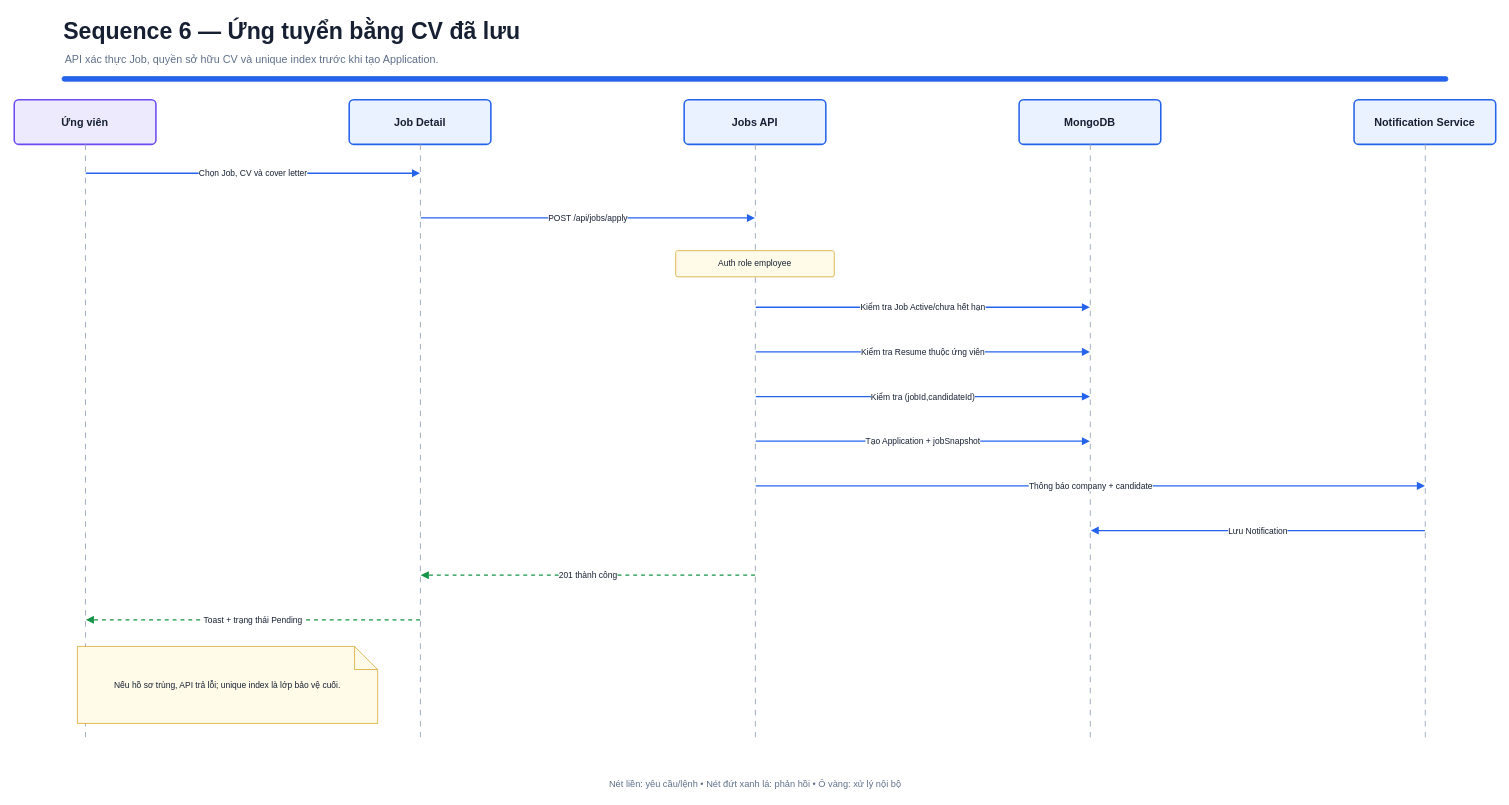
This is page "Sequence 6 — Ứng tuyển bằng CV đã tạo" (6 of 14) of bao-cao/uml-v2/RabbitCV-Sequence-Diagram-V2.drawio from vinhvt619/DA2, a draw.io file, before an edit. Source tidied: cells renumbered, new cells numbered last; positions are measured from the earlier drawing's top-left corner, leaving out a move shared by most shapes. Both pictures are drawn from the tidied source at 77%, with x=0, y=0 at pixel (14, 13).
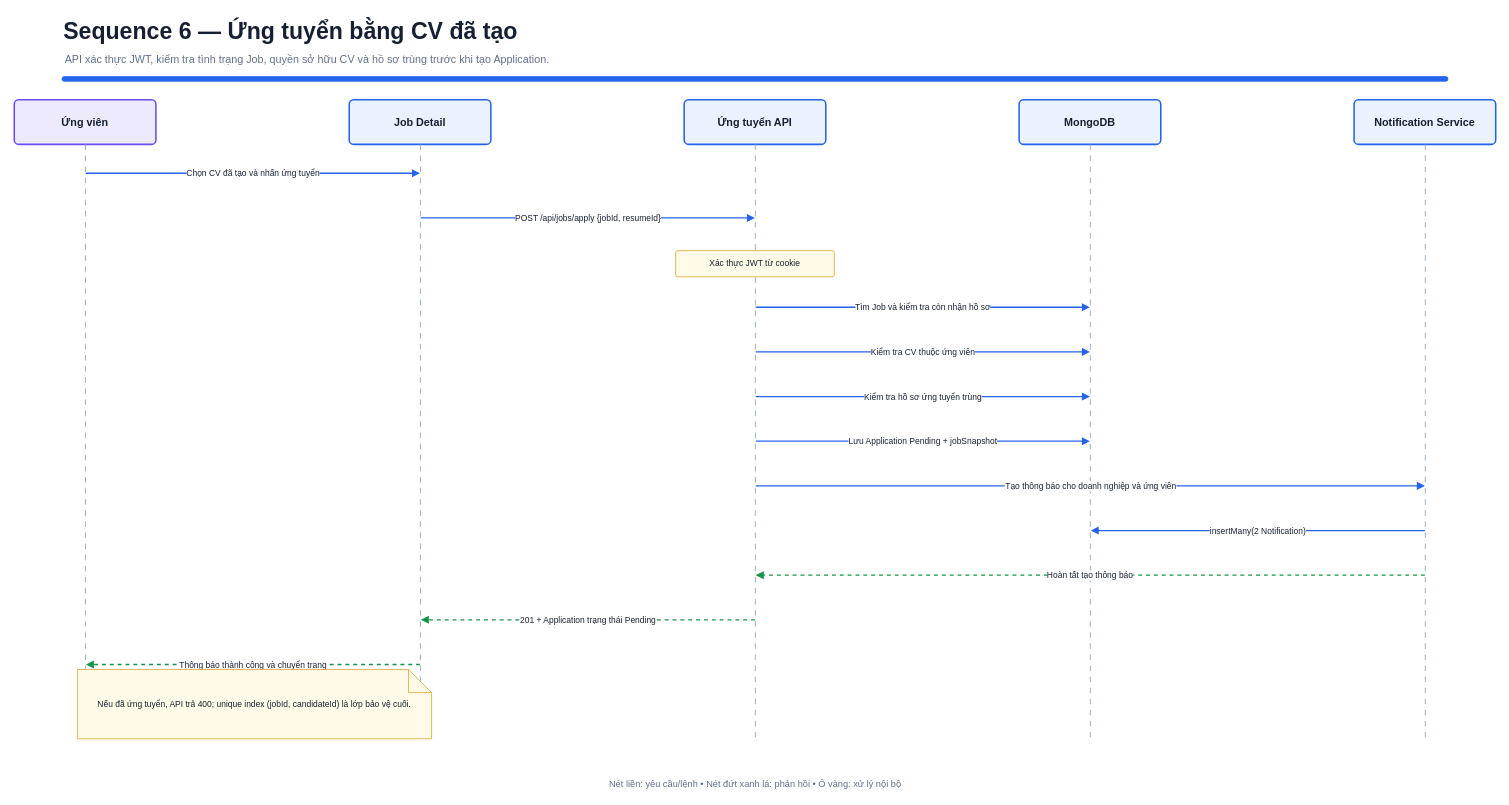
After the change.

The change refers to these unchanged cells:
```xml
<mxCell id="15" style="ellipse;fillColor=none;strokeColor=none;opacity=0;" parent="1" vertex="1">
  <mxGeometry x="92" y="207" width="1" height="1" as="geometry" />
</mxCell>
<mxCell id="16" style="ellipse;fillColor=none;strokeColor=none;opacity=0;" parent="1" vertex="1">
  <mxGeometry x="527" y="207" width="1" height="1" as="geometry" />
</mxCell>
<mxCell id="18" style="ellipse;fillColor=none;strokeColor=none;opacity=0;" parent="1" vertex="1">
  <mxGeometry x="527" y="265" width="1" height="1" as="geometry" />
</mxCell>
<mxCell id="19" style="ellipse;fillColor=none;strokeColor=none;opacity=0;" parent="1" vertex="1">
  <mxGeometry x="962" y="265" width="1" height="1" as="geometry" />
</mxCell>
<mxCell id="22" style="ellipse;fillColor=none;strokeColor=none;opacity=0;" parent="1" vertex="1">
  <mxGeometry x="962" y="381" width="1" height="1" as="geometry" />
</mxCell>
<mxCell id="23" style="ellipse;fillColor=none;strokeColor=none;opacity=0;" parent="1" vertex="1">
  <mxGeometry x="1397" y="381" width="1" height="1" as="geometry" />
</mxCell>
<mxCell id="25" style="ellipse;fillColor=none;strokeColor=none;opacity=0;" parent="1" vertex="1">
  <mxGeometry x="962" y="439" width="1" height="1" as="geometry" />
</mxCell>
<mxCell id="26" style="ellipse;fillColor=none;strokeColor=none;opacity=0;" parent="1" vertex="1">
  <mxGeometry x="1397" y="439" width="1" height="1" as="geometry" />
</mxCell>
<mxCell id="28" style="ellipse;fillColor=none;strokeColor=none;opacity=0;" parent="1" vertex="1">
  <mxGeometry x="962" y="497" width="1" height="1" as="geometry" />
</mxCell>
<mxCell id="29" style="ellipse;fillColor=none;strokeColor=none;opacity=0;" parent="1" vertex="1">
  <mxGeometry x="1397" y="497" width="1" height="1" as="geometry" />
</mxCell>
<mxCell id="31" style="ellipse;fillColor=none;strokeColor=none;opacity=0;" parent="1" vertex="1">
  <mxGeometry x="962" y="555" width="1" height="1" as="geometry" />
</mxCell>
<mxCell id="32" style="ellipse;fillColor=none;strokeColor=none;opacity=0;" parent="1" vertex="1">
  <mxGeometry x="1397" y="555" width="1" height="1" as="geometry" />
</mxCell>
<mxCell id="34" style="ellipse;fillColor=none;strokeColor=none;opacity=0;" parent="1" vertex="1">
  <mxGeometry x="962" y="613" width="1" height="1" as="geometry" />
</mxCell>
<mxCell id="35" style="ellipse;fillColor=none;strokeColor=none;opacity=0;" parent="1" vertex="1">
  <mxGeometry x="1832" y="613" width="1" height="1" as="geometry" />
</mxCell>
<mxCell id="37" style="ellipse;fillColor=none;strokeColor=none;opacity=0;" parent="1" vertex="1">
  <mxGeometry x="1832" y="671" width="1" height="1" as="geometry" />
</mxCell>
<mxCell id="38" style="ellipse;fillColor=none;strokeColor=none;opacity=0;" parent="1" vertex="1">
  <mxGeometry x="1397" y="671" width="1" height="1" as="geometry" />
</mxCell>
```

The edit, as a diff of the source:
```diff
@@
-    <mxCell id="2" value="Sequence 6 — Ứng tuyển bằng CV đã lưu" style="text;html=1;align=left;verticalAlign=middle;fontSize=30;fontStyle=1;fontColor=#172033;strokeColor=none;fillColor=none;" parent="1" vertex="1">
+    <mxCell id="2" value="Sequence 6 — Ứng tuyển bằng CV đã tạo" style="text;html=1;align=left;verticalAlign=middle;fontSize=30;fontStyle=1;fontColor=#172033;strokeColor=none;fillColor=none;" parent="1" vertex="1">
       <mxGeometry x="62" width="1660" height="46" as="geometry" />
     </mxCell>
-    <mxCell id="3" value="API xác thực Job, quyền sở hữu CV và unique index trước khi tạo Application." style="text;html=1;align=left;verticalAlign=middle;fontSize=14;fontColor=#60708A;strokeColor=none;fillColor=none;" parent="1" vertex="1">
+    <mxCell id="3" value="API xác thực JWT, kiểm tra tình trạng Job, quyền sở hữu CV và hồ sơ trùng trước khi tạo Application." style="text;html=1;align=left;verticalAlign=middle;fontSize=14;fontColor=#60708A;strokeColor=none;fillColor=none;" parent="1" vertex="1">
       <mxGeometry x="64" y="46" width="1740" height="28" as="geometry" />
     </mxCell>
@@
-    <mxCell id="9" value="Jobs API" style="rounded=1;arcSize=10;whiteSpace=wrap;html=1;fillColor=#EAF2FF;strokeColor=#2563EB;strokeWidth=2;fontSize=14;fontStyle=1;fontColor=#172033;" parent="1" vertex="1">
+    <mxCell id="9" value="Ứng tuyển API" style="rounded=1;arcSize=10;whiteSpace=wrap;html=1;fillColor=#EAF2FF;strokeColor=#2563EB;strokeWidth=2;fontSize=14;fontStyle=1;fontColor=#172033;" parent="1" vertex="1">
       <mxGeometry x="870" y="112" width="184" height="58" as="geometry" />
     </mxCell>
@@
-    <mxCell id="17" value="Chọn Job, CV và cover letter" style="edgeStyle=none;rounded=0;html=1;strokeColor=#2563EB;strokeWidth=1.7;endArrow=block;endFill=1;dashed=0;fontSize=11;fontColor=#172033;labelBackgroundColor=#FFFFFF;" parent="1" edge="1" source="15" target="16">
+    <mxCell id="17" value="Chọn CV đã tạo và nhấn ứng tuyển" style="edgeStyle=none;rounded=0;html=1;strokeColor=#2563EB;strokeWidth=1.7;endArrow=block;endFill=1;dashed=0;fontSize=11;fontColor=#172033;labelBackgroundColor=#FFFFFF;" parent="1" edge="1" source="15" target="16">
       <mxGeometry relative="1" as="geometry" />
     </mxCell>
@@
-    <mxCell id="20" value="POST /api/jobs/apply" style="edgeStyle=none;rounded=0;html=1;strokeColor=#2563EB;strokeWidth=1.7;endArrow=block;endFill=1;dashed=0;fontSize=11;fontColor=#172033;labelBackgroundColor=#FFFFFF;" parent="1" edge="1" source="18" target="19">
+    <mxCell id="20" value="POST /api/jobs/apply {jobId, resumeId}" style="edgeStyle=none;rounded=0;html=1;strokeColor=#2563EB;strokeWidth=1.7;endArrow=block;endFill=1;dashed=0;fontSize=11;fontColor=#172033;labelBackgroundColor=#FFFFFF;" parent="1" edge="1" source="18" target="19">
       <mxGeometry relative="1" as="geometry" />
     </mxCell>
-    <mxCell id="21" value="Auth role employee" style="rounded=1;arcSize=8;whiteSpace=wrap;html=1;fillColor=#FFFBE8;strokeColor=#D4A72C;fontSize=11;fontColor=#172033;spacing=5;" parent="1" vertex="1">
+    <mxCell id="21" value="Xác thực JWT từ cookie" style="rounded=1;arcSize=8;whiteSpace=wrap;html=1;fillColor=#FFFBE8;strokeColor=#D4A72C;fontSize=11;fontColor=#172033;spacing=5;" parent="1" vertex="1">
       <mxGeometry x="859" y="308" width="206" height="34" as="geometry" />
     </mxCell>
@@
-    <mxCell id="24" value="Kiểm tra Job Active/chưa hết hạn" style="edgeStyle=none;rounded=0;html=1;strokeColor=#2563EB;strokeWidth=1.7;endArrow=block;endFill=1;dashed=0;fontSize=11;fontColor=#172033;labelBackgroundColor=#FFFFFF;" parent="1" edge="1" source="22" target="23">
+    <mxCell id="24" value="Tìm Job và kiểm tra còn nhận hồ sơ" style="edgeStyle=none;rounded=0;html=1;strokeColor=#2563EB;strokeWidth=1.7;endArrow=block;endFill=1;dashed=0;fontSize=11;fontColor=#172033;labelBackgroundColor=#FFFFFF;" parent="1" edge="1" source="22" target="23">
       <mxGeometry relative="1" as="geometry" />
     </mxCell>
@@
-    <mxCell id="27" value="Kiểm tra Resume thuộc ứng viên" style="edgeStyle=none;rounded=0;html=1;strokeColor=#2563EB;strokeWidth=1.7;endArrow=block;endFill=1;dashed=0;fontSize=11;fontColor=#172033;labelBackgroundColor=#FFFFFF;" parent="1" edge="1" source="25" target="26">
+    <mxCell id="27" value="Kiểm tra CV thuộc ứng viên" style="edgeStyle=none;rounded=0;html=1;strokeColor=#2563EB;strokeWidth=1.7;endArrow=block;endFill=1;dashed=0;fontSize=11;fontColor=#172033;labelBackgroundColor=#FFFFFF;" parent="1" edge="1" source="25" target="26">
       <mxGeometry relative="1" as="geometry" />
     </mxCell>
@@
-    <mxCell id="30" value="Kiểm tra (jobId,candidateId)" style="edgeStyle=none;rounded=0;html=1;strokeColor=#2563EB;strokeWidth=1.7;endArrow=block;endFill=1;dashed=0;fontSize=11;fontColor=#172033;labelBackgroundColor=#FFFFFF;" parent="1" edge="1" source="28" target="29">
+    <mxCell id="30" value="Kiểm tra hồ sơ ứng tuyển trùng" style="edgeStyle=none;rounded=0;html=1;strokeColor=#2563EB;strokeWidth=1.7;endArrow=block;endFill=1;dashed=0;fontSize=11;fontColor=#172033;labelBackgroundColor=#FFFFFF;" parent="1" edge="1" source="28" target="29">
       <mxGeometry relative="1" as="geometry" />
     </mxCell>
@@
-    <mxCell id="33" value="Tạo Application + jobSnapshot" style="edgeStyle=none;rounded=0;html=1;strokeColor=#2563EB;strokeWidth=1.7;endArrow=block;endFill=1;dashed=0;fontSize=11;fontColor=#172033;labelBackgroundColor=#FFFFFF;" parent="1" edge="1" source="31" target="32">
+    <mxCell id="33" value="Lưu Application Pending + jobSnapshot" style="edgeStyle=none;rounded=0;html=1;strokeColor=#2563EB;strokeWidth=1.7;endArrow=block;endFill=1;dashed=0;fontSize=11;fontColor=#172033;labelBackgroundColor=#FFFFFF;" parent="1" edge="1" source="31" target="32">
       <mxGeometry relative="1" as="geometry" />
     </mxCell>
@@
-    <mxCell id="36" value="Thông báo company + candidate" style="edgeStyle=none;rounded=0;html=1;strokeColor=#2563EB;strokeWidth=1.7;endArrow=block;endFill=1;dashed=0;fontSize=11;fontColor=#172033;labelBackgroundColor=#FFFFFF;" parent="1" edge="1" source="34" target="35">
+    <mxCell id="36" value="Tạo thông báo cho doanh nghiệp và ứng viên" style="edgeStyle=none;rounded=0;html=1;strokeColor=#2563EB;strokeWidth=1.7;endArrow=block;endFill=1;dashed=0;fontSize=11;fontColor=#172033;labelBackgroundColor=#FFFFFF;" parent="1" edge="1" source="34" target="35">
       <mxGeometry relative="1" as="geometry" />
     </mxCell>
@@
-    <mxCell id="39" value="Lưu Notification" style="edgeStyle=none;rounded=0;html=1;strokeColor=#2563EB;strokeWidth=1.7;endArrow=block;endFill=1;dashed=0;fontSize=11;fontColor=#172033;labelBackgroundColor=#FFFFFF;" parent="1" edge="1" source="37" target="38">
+    <mxCell id="39" value="insertMany(2 Notification)" style="edgeStyle=none;rounded=0;html=1;strokeColor=#2563EB;strokeWidth=1.7;endArrow=block;endFill=1;dashed=0;fontSize=11;fontColor=#172033;labelBackgroundColor=#FFFFFF;" parent="1" edge="1" source="37" target="38">
       <mxGeometry relative="1" as="geometry" />
     </mxCell>
     <mxCell id="40" style="ellipse;fillColor=none;strokeColor=none;opacity=0;" parent="1" vertex="1">
-      <mxGeometry x="962" y="729" width="1" height="1" as="geometry" />
+      <mxGeometry x="1832" y="729" width="1" height="1" as="geometry" />
     </mxCell>
     <mxCell id="41" style="ellipse;fillColor=none;strokeColor=none;opacity=0;" parent="1" vertex="1">
-      <mxGeometry x="527" y="729" width="1" height="1" as="geometry" />
+      <mxGeometry x="962" y="729" width="1" height="1" as="geometry" />
     </mxCell>
-    <mxCell id="42" value="201 thành công" style="edgeStyle=none;rounded=0;html=1;strokeColor=#159447;strokeWidth=1.7;endArrow=block;endFill=1;dashed=1;fontSize=11;fontColor=#172033;labelBackgroundColor=#FFFFFF;" parent="1" edge="1" source="40" target="41">
+    <mxCell id="42" value="Hoàn tất tạo thông báo" style="edgeStyle=none;rounded=0;html=1;strokeColor=#159447;strokeWidth=1.7;endArrow=block;endFill=1;dashed=1;fontSize=11;fontColor=#172033;labelBackgroundColor=#FFFFFF;" parent="1" edge="1" source="40" target="41">
       <mxGeometry relative="1" as="geometry" />
     </mxCell>
     <mxCell id="43" style="ellipse;fillColor=none;strokeColor=none;opacity=0;" parent="1" vertex="1">
-      <mxGeometry x="527" y="787" width="1" height="1" as="geometry" />
+      <mxGeometry x="962" y="787" width="1" height="1" as="geometry" />
     </mxCell>
     <mxCell id="44" style="ellipse;fillColor=none;strokeColor=none;opacity=0;" parent="1" vertex="1">
-      <mxGeometry x="92" y="787" width="1" height="1" as="geometry" />
+      <mxGeometry x="527" y="787" width="1" height="1" as="geometry" />
     </mxCell>
-    <mxCell id="45" value="Toast + trạng thái Pending" style="edgeStyle=none;rounded=0;html=1;strokeColor=#159447;strokeWidth=1.7;endArrow=block;endFill=1;dashed=1;fontSize=11;fontColor=#172033;labelBackgroundColor=#FFFFFF;" parent="1" edge="1" source="43" target="44">
+    <mxCell id="45" value="201 + Application trạng thái Pending" style="edgeStyle=none;rounded=0;html=1;strokeColor=#159447;strokeWidth=1.7;endArrow=block;endFill=1;dashed=1;fontSize=11;fontColor=#172033;labelBackgroundColor=#FFFFFF;" parent="1" edge="1" source="43" target="44">
       <mxGeometry relative="1" as="geometry" />
     </mxCell>
+    <mxCell id="48" style="ellipse;fillColor=none;strokeColor=none;opacity=0;" parent="1" vertex="1">
+      <mxGeometry x="527" y="845" width="1" height="1" as="geometry" />
+    </mxCell>
+    <mxCell id="49" style="ellipse;fillColor=none;strokeColor=none;opacity=0;" parent="1" vertex="1">
+      <mxGeometry x="92" y="845" width="1" height="1" as="geometry" />
+    </mxCell>
+    <mxCell id="50" value="Thông báo thành công và chuyển trang" style="edgeStyle=none;rounded=0;html=1;strokeColor=#159447;strokeWidth=1.7;endArrow=block;endFill=1;dashed=1;fontSize=11;fontColor=#172033;labelBackgroundColor=#FFFFFF;" parent="1" edge="1" source="48" target="49">
+      <mxGeometry relative="1" as="geometry" />
+    </mxCell>
-    <mxCell id="46" value="Nếu hồ sơ trùng, API trả lỗi; unique index là lớp bảo vệ cuối." style="shape=note;whiteSpace=wrap;html=1;fillColor=#FFFBE8;strokeColor=#D4A72C;fontSize=11;fontColor=#172033;spacing=7;" parent="1" vertex="1">
-      <mxGeometry x="82" y="822" width="390" height="100" as="geometry" />
+    <mxCell id="46" value="Nếu đã ứng tuyển, API trả 400; unique index (jobId, candidateId) là lớp bảo vệ cuối." style="shape=note;whiteSpace=wrap;html=1;fillColor=#FFFBE8;strokeColor=#D4A72C;fontSize=11;fontColor=#172033;spacing=7;" parent="1" vertex="1">
+      <mxGeometry x="82" y="852" width="460" height="90" as="geometry" />
     </mxCell>
```
